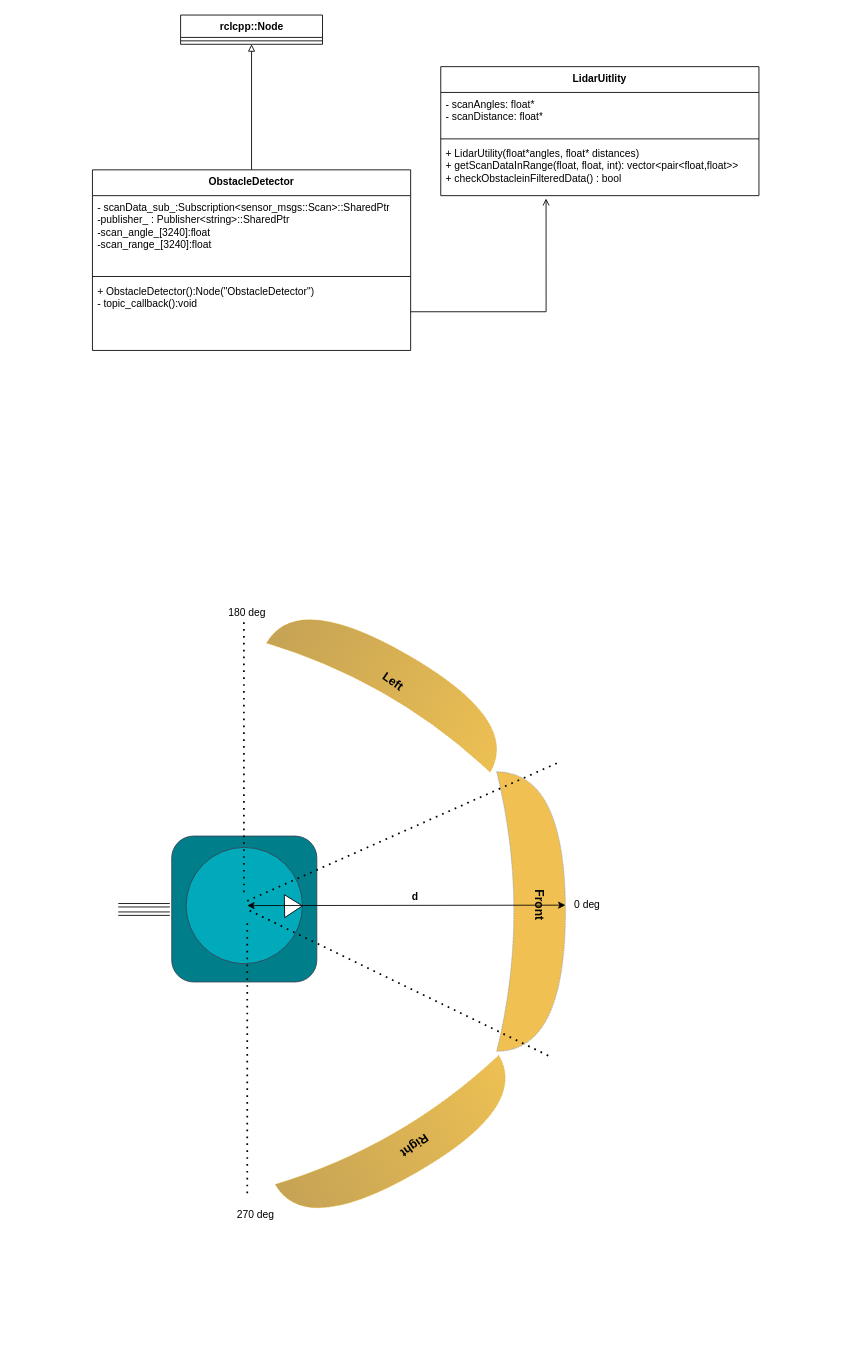
This is Diagrams/UML/obstacle uml.drawio from mekuro9/PWAO-CSU, a draw.io file, before an edit. Source tidied: cells renumbered, new cells numbered last; positions are measured from the earlier drawing's top-left corner, leaving out a move shared by most shapes. Both pictures are drawn from the tidied source at 86%, with x=0, y=0 at pixel (92, 15).
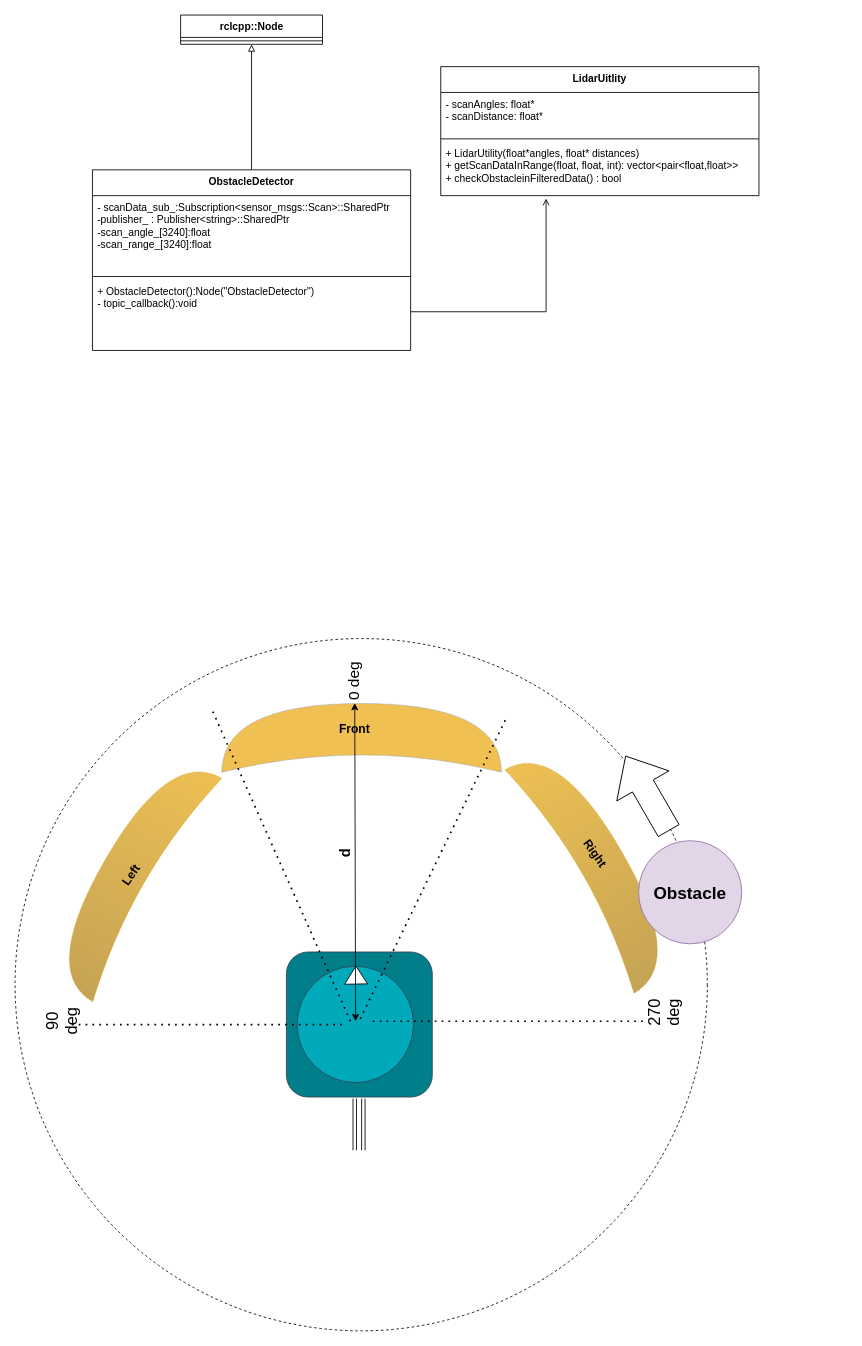
Above is the later version.

Diff of the diagram source:
```diff
@@
-    <mxCell id="2" style="shape=xor;whiteSpace=wrap;html=1;shadow=0;dashed=1;dashPattern=1 1;fillColor=#eeb127;strokeColor=#6c8ebf;opacity=80;" parent="1" vertex="1">
-      <mxGeometry x="470" y="880" width="80" height="325" as="geometry" />
-    </mxCell>
@@
+    <mxCell id="37" style="group;rotation=-90;" parent="1" vertex="1">
+      <mxGeometry x="30" y="660" width="755" height="940" as="geometry" />
+    </mxCell>
+    <mxCell id="38" style="ellipse;whiteSpace=wrap;html=1;dashed=1;" parent="37" vertex="1">
+      <mxGeometry x="-120" y="65" width="805" height="805" as="geometry" />
+    </mxCell>
+    <mxCell id="2" style="shape=xor;whiteSpace=wrap;html=1;shadow=0;dashed=1;dashPattern=1 1;fillColor=#eeb127;strokeColor=#6c8ebf;opacity=80;rotation=-90;" parent="37" vertex="1">
+      <mxGeometry x="243" y="18" width="80" height="325" as="geometry" />
+    </mxCell>
-    <mxCell id="15" style="group;" parent="1" vertex="1">
-      <mxGeometry x="30" y="970" width="248.7" height="163.8" as="geometry" />
+    <mxCell id="15" style="group;rotation=-90;" parent="37" vertex="1">
+      <mxGeometry x="168" y="454" width="248.7" height="163.8" as="geometry" />
     </mxCell>
-    <mxCell id="16" style="group;rotation=-180;" parent="15" vertex="1">
-      <mxGeometry x="90" width="158.7" height="163.8" as="geometry" />
+    <mxCell id="16" style="group;rotation=-270;" parent="15" vertex="1">
+      <mxGeometry x="45" y="-45" width="158.7" height="163.8" as="geometry" />
     </mxCell>
-    <mxCell id="17" style="rounded=1;whiteSpace=wrap;html=1;fillColor=#007e8a;fontColor=#ffffff;strokeColor=#314354;" parent="16" vertex="1">
-      <mxGeometry x="-27.8" y="-15.3" width="168.7" height="169.6" as="geometry" />
+    <mxCell id="17" style="rounded=1;whiteSpace=wrap;html=1;fillColor=#007e8a;fontColor=#ffffff;strokeColor=#314354;rotation=-90;" parent="16" vertex="1">
+      <mxGeometry x="-17" y="20" width="168.7" height="169.6" as="geometry" />
     </mxCell>
-    <mxCell id="18" style="ellipse;whiteSpace=wrap;html=1;rotation=-270;fillColor=#00aabb;fontColor=#ffffff;strokeColor=#314354;" parent="16" vertex="1">
-      <mxGeometry x="-11.1" y="-2.2" width="135.3" height="135.3" as="geometry" />
+    <mxCell id="18" style="ellipse;whiteSpace=wrap;html=1;rotation=-360;fillColor=#00aabb;fontColor=#ffffff;strokeColor=#314354;" parent="16" vertex="1">
+      <mxGeometry x="-5" y="37" width="135.3" height="135.3" as="geometry" />
     </mxCell>
-    <mxCell id="19" style="triangle;whiteSpace=wrap;html=1;rotation=-361;" parent="16" vertex="1">
-      <mxGeometry x="103.3" y="52.7" width="20.9" height="26.6" as="geometry" />
+    <mxCell id="19" style="triangle;whiteSpace=wrap;html=1;rotation=-451;" parent="16" vertex="1">
+      <mxGeometry x="53" y="34" width="20.9" height="26.6" as="geometry" />
     </mxCell>
     <mxCell id="20" style="endArrow=classic;html=1;rounded=0;endFill=1;startArrow=classic;startFill=1;" parent="16" edge="1">
       <mxGeometry relative="1" as="geometry">
-        <mxPoint x="60" y="65.5" as="sourcePoint" />
-        <mxPoint x="430" y="65" as="targetPoint" />
+        <mxPoint x="63" y="101" as="sourcePoint" />
+        <mxPoint x="62" y="-269" as="targetPoint" />
       </mxGeometry>
     </mxCell>
-    <mxCell id="21" style="group;" parent="15" vertex="1">
-      <mxGeometry y="65.1" width="60" height="9.8" as="geometry" />
+    <mxCell id="21" style="group;rotation=-90;" parent="15" vertex="1">
+      <mxGeometry x="82" y="171" width="60" height="9.8" as="geometry" />
     </mxCell>
     <mxCell id="22" style="shape=link;html=1;rounded=0;" parent="21" edge="1">
       <mxGeometry relative="1" as="geometry">
-        <mxPoint as="sourcePoint" />
-        <mxPoint x="60" as="targetPoint" />
+        <mxPoint x="25" y="35" as="sourcePoint" />
+        <mxPoint x="25" y="-25" as="targetPoint" />
       </mxGeometry>
     </mxCell>
     <mxCell id="23" style="shape=link;html=1;rounded=0;" parent="21" edge="1">
       <mxGeometry relative="1" as="geometry">
-        <mxPoint y="9.8" as="sourcePoint" />
-        <mxPoint x="60" y="9.8" as="targetPoint" />
+        <mxPoint x="35" y="35" as="sourcePoint" />
+        <mxPoint x="35" y="-25" as="targetPoint" />
       </mxGeometry>
     </mxCell>
-    <mxCell id="24" style="endArrow=none;dashed=1;html=1;dashPattern=1 3;strokeWidth=2;rounded=0;" parent="1" edge="1">
+    <mxCell id="24" style="endArrow=none;dashed=1;html=1;dashPattern=1 3;strokeWidth=2;rounded=0;" parent="37" edge="1">
       <mxGeometry relative="1" as="geometry">
-        <mxPoint x="176.1" y="1020" as="sourcePoint" />
-        <mxPoint x="176.1" y="700" as="targetPoint" />
+        <mxPoint x="260" y="514" as="sourcePoint" />
+        <mxPoint x="-60" y="514" as="targetPoint" />
       </mxGeometry>
     </mxCell>
-    <mxCell id="25" style="endArrow=none;dashed=1;html=1;dashPattern=1 3;strokeWidth=2;rounded=0;" parent="1" edge="1">
+    <mxCell id="25" style="endArrow=none;dashed=1;html=1;dashPattern=1 3;strokeWidth=2;rounded=0;" parent="37" edge="1">
       <mxGeometry relative="1" as="geometry">
-        <mxPoint x="180" y="1370" as="sourcePoint" />
-        <mxPoint x="180" y="1050" as="targetPoint" />
+        <mxPoint x="610" y="510" as="sourcePoint" />
+        <mxPoint x="290" y="510" as="targetPoint" />
       </mxGeometry>
     </mxCell>
-    <mxCell id="26" style="endArrow=none;dashed=1;html=1;dashPattern=1 3;strokeWidth=2;rounded=0;" parent="1" edge="1">
+    <mxCell id="26" style="endArrow=none;dashed=1;html=1;dashPattern=1 3;strokeWidth=2;rounded=0;" parent="37" edge="1">
       <mxGeometry relative="1" as="geometry">
-        <mxPoint x="530" y="1210" as="sourcePoint" />
-        <mxPoint x="180" y="1040" as="targetPoint" />
+        <mxPoint x="450" y="160" as="sourcePoint" />
+        <mxPoint x="280" y="510" as="targetPoint" />
       </mxGeometry>
     </mxCell>
-    <mxCell id="27" style="endArrow=none;dashed=1;html=1;dashPattern=1 3;strokeWidth=2;rounded=0;" parent="1" edge="1">
+    <mxCell id="27" style="endArrow=none;dashed=1;html=1;dashPattern=1 3;strokeWidth=2;rounded=0;" parent="37" edge="1">
       <mxGeometry relative="1" as="geometry">
-        <mxPoint x="540" y="870" as="sourcePoint" />
-        <mxPoint x="180" y="1030" as="targetPoint" />
+        <mxPoint x="110" y="150" as="sourcePoint" />
+        <mxPoint x="270" y="510" as="targetPoint" />
       </mxGeometry>
     </mxCell>
-    <mxCell id="28" value="0 deg" style="text;html=1;align=center;verticalAlign=middle;strokeColor=none;fillColor=none;" parent="1" vertex="1">
-      <mxGeometry x="550" y="1020" width="50" height="30" as="geometry" />
+    <mxCell id="28" value="&lt;font style=&quot;font-size: 18px;&quot;&gt;0 deg&lt;/font&gt;" style="text;html=1;align=center;verticalAlign=middle;strokeColor=none;fillColor=none;rotation=-90;" parent="37" vertex="1">
+      <mxGeometry x="240" y="95" width="70" height="40" as="geometry" />
     </mxCell>
-    <mxCell id="29" value="180 deg" style="text;html=1;align=center;verticalAlign=middle;whiteSpace=wrap;rounded=0;" parent="1" vertex="1">
-      <mxGeometry x="150" y="680" width="60" height="30" as="geometry" />
+    <mxCell id="29" value="&lt;font style=&quot;font-size: 19px;&quot;&gt;90 deg&lt;/font&gt;" style="text;html=1;align=center;verticalAlign=middle;whiteSpace=wrap;rounded=0;rotation=-90;" parent="37" vertex="1">
+      <mxGeometry x="-95" y="495" width="60" height="30" as="geometry" />
     </mxCell>
-    <mxCell id="30" value="270 deg" style="text;html=1;align=center;verticalAlign=middle;whiteSpace=wrap;rounded=0;" parent="1" vertex="1">
-      <mxGeometry x="160" y="1380" width="60" height="30" as="geometry" />
+    <mxCell id="30" value="&lt;font style=&quot;font-size: 19px;&quot;&gt;270 deg&lt;/font&gt;" style="text;html=1;align=center;verticalAlign=middle;whiteSpace=wrap;rounded=0;rotation=-90;" parent="37" vertex="1">
+      <mxGeometry x="605" y="485" width="60" height="30" as="geometry" />
     </mxCell>
-    <mxCell id="31" style="shape=xor;whiteSpace=wrap;html=1;shadow=0;dashed=1;dashPattern=1 1;fillColor=#ad7c0d;strokeColor=#d79b00;opacity=70;direction=south;rotation=-150;gradientColor=#e5a50a;" parent="1" vertex="1">
-      <mxGeometry x="200" y="740" width="300" height="70" as="geometry" />
+    <mxCell id="31" style="shape=xor;whiteSpace=wrap;html=1;shadow=0;dashed=1;dashPattern=1 1;fillColor=#ad7c0d;strokeColor=#d79b00;opacity=70;direction=south;rotation=-240;gradientColor=#e5a50a;" parent="37" vertex="1">
+      <mxGeometry x="-135" y="305" width="300" height="70" as="geometry" />
     </mxCell>
-    <mxCell id="32" style="shape=xor;whiteSpace=wrap;html=1;shadow=0;dashed=1;dashPattern=1 1;fillColor=#ad7c0d;strokeColor=#d79b00;opacity=70;direction=south;rotation=-30;gradientColor=#e5a50a;gradientDirection=north;" parent="1" vertex="1">
-      <mxGeometry x="210" y="1280" width="300" height="70" as="geometry" />
+    <mxCell id="32" style="shape=xor;whiteSpace=wrap;html=1;shadow=0;dashed=1;dashPattern=1 1;fillColor=#ad7c0d;strokeColor=#d79b00;opacity=70;direction=south;rotation=-120;gradientColor=#e5a50a;gradientDirection=north;" parent="37" vertex="1">
+      <mxGeometry x="405" y="295" width="300" height="70" as="geometry" />
     </mxCell>
-    <mxCell id="33" value="&lt;b&gt;&lt;font style=&quot;font-size: 14px;&quot;&gt;Front&lt;/font&gt;&lt;/b&gt;" style="text;html=1;align=center;verticalAlign=middle;whiteSpace=wrap;rounded=0;rotation=90;" parent="1" vertex="1">
-      <mxGeometry x="490" y="1020" width="60" height="30" as="geometry" />
+    <mxCell id="33" value="&lt;b&gt;&lt;font style=&quot;font-size: 14px;&quot;&gt;Front&lt;/font&gt;&lt;/b&gt;" style="text;html=1;align=center;verticalAlign=middle;whiteSpace=wrap;rounded=0;rotation=0;" parent="37" vertex="1">
+      <mxGeometry x="245" y="155" width="60" height="30" as="geometry" />
     </mxCell>
-    <mxCell id="34" value="&lt;b&gt;&lt;font style=&quot;font-size: 14px;&quot;&gt;Left&lt;/font&gt;&lt;/b&gt;" style="text;html=1;align=center;verticalAlign=middle;whiteSpace=wrap;rounded=0;rotation=35;" parent="1" vertex="1">
-      <mxGeometry x="320" y="760" width="60" height="30" as="geometry" />
+    <mxCell id="34" value="&lt;b&gt;&lt;font style=&quot;font-size: 14px;&quot;&gt;Left&lt;/font&gt;&lt;/b&gt;" style="text;html=1;align=center;verticalAlign=middle;whiteSpace=wrap;rounded=0;rotation=-55;" parent="37" vertex="1">
+      <mxGeometry x="-15" y="325" width="60" height="30" as="geometry" />
     </mxCell>
-    <mxCell id="35" value="&lt;font size=&quot;1&quot;&gt;&lt;b style=&quot;font-size: 14px;&quot;&gt;Right&lt;/b&gt;&lt;/font&gt;" style="text;html=1;align=center;verticalAlign=middle;whiteSpace=wrap;rounded=0;rotation=-215;" parent="1" vertex="1">
-      <mxGeometry x="345" y="1300" width="60" height="30" as="geometry" />
+    <mxCell id="35" value="&lt;font size=&quot;1&quot;&gt;&lt;b style=&quot;font-size: 14px;&quot;&gt;Right&lt;/b&gt;&lt;/font&gt;" style="text;html=1;align=center;verticalAlign=middle;whiteSpace=wrap;rounded=0;rotation=-305;" parent="37" vertex="1">
+      <mxGeometry x="525" y="300" width="60" height="30" as="geometry" />
     </mxCell>
-    <mxCell id="36" value="&lt;b&gt;d&lt;/b&gt;" style="text;html=1;align=center;verticalAlign=middle;strokeColor=none;fillColor=none;" parent="1" vertex="1">
-      <mxGeometry x="360" y="1010" width="30" height="30" as="geometry" />
+    <mxCell id="36" value="&lt;font size=&quot;1&quot;&gt;&lt;b style=&quot;font-size: 17px;&quot;&gt;d&lt;/b&gt;&lt;/font&gt;" style="text;html=1;align=center;verticalAlign=middle;strokeColor=none;fillColor=none;rotation=-90;" parent="37" vertex="1">
+      <mxGeometry x="250" y="300" width="30" height="30" as="geometry" />
     </mxCell>
+    <mxCell id="39" style="html=1;shadow=0;dashed=0;align=center;verticalAlign=middle;shape=mxgraph.arrows2.arrow;dy=0.6;dx=40;notch=0;rotation=-120;" parent="37" vertex="1">
+      <mxGeometry x="565" y="210" width="100" height="70" as="geometry" />
+    </mxCell>
+    <mxCell id="40" value="&lt;b&gt;&lt;font style=&quot;font-size: 20px;&quot;&gt;Obstacle&lt;/font&gt;&lt;/b&gt;" style="ellipse;whiteSpace=wrap;html=1;fillColor=#e1d5e7;strokeColor=#9673a6;" parent="37" vertex="1">
+      <mxGeometry x="605" y="300" width="120" height="120" as="geometry" />
+    </mxCell>
```
